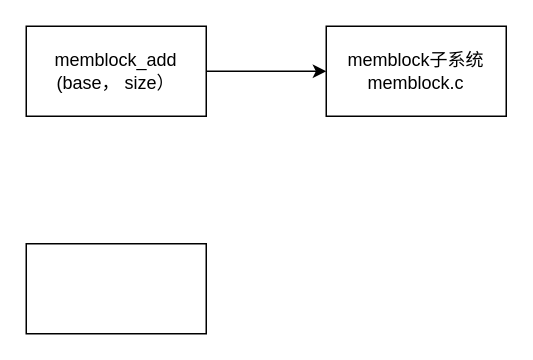
This is linux.drawio from 605925527/c-, a draw.io file, before an edit. Source tidied: cells renumbered, new cells numbered last; positions are measured from the earlier drawing's top-left corner, leaving out a move shared by most shapes. Both pictures are drawn from the tidied source at 150%, with x=0, y=0 at pixel (26, 26).
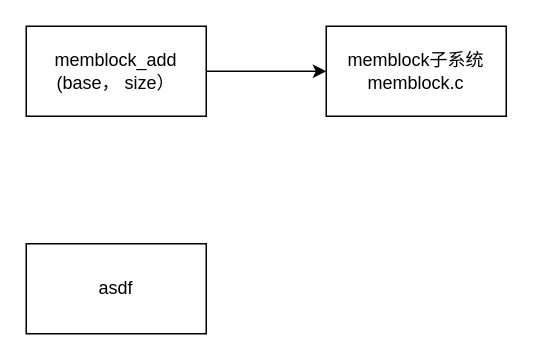
Above is the later version.

The edit, as a diff of the source:
```diff
@@
 <mxGraphModel background="#ffffff">
   <root>
     <mxCell id="0" />
     <mxCell id="1" parent="0" />
     <mxCell id="2" style="edgeStyle=orthogonalEdgeStyle;rounded=0;jettySize=auto;html=1;" parent="1" edge="1" source="3" target="4">
       <mxGeometry relative="1" as="geometry" />
     </mxCell>
     <mxCell id="3" value="memblock_add&lt;br&gt;(base， size）" style="rounded=0;whiteSpace=wrap;html=1;" parent="1" vertex="1">
       <mxGeometry width="120" height="60" as="geometry" />
     </mxCell>
     <mxCell id="4" value="memblock子系统&lt;br&gt;memblock.c" style="rounded=0;whiteSpace=wrap;html=1;" parent="1" vertex="1">
       <mxGeometry x="200" width="120" height="60" as="geometry" />
     </mxCell>
-    <mxCell id="5" style="rounded=0;whiteSpace=wrap;html=1;" parent="1" vertex="1">
+    <mxCell id="5" value="asdf" style="rounded=0;whiteSpace=wrap;html=1;" parent="1" vertex="1">
       <mxGeometry y="145" width="120" height="60" as="geometry" />
     </mxCell>
   </root>
 </mxGraphModel>
```
